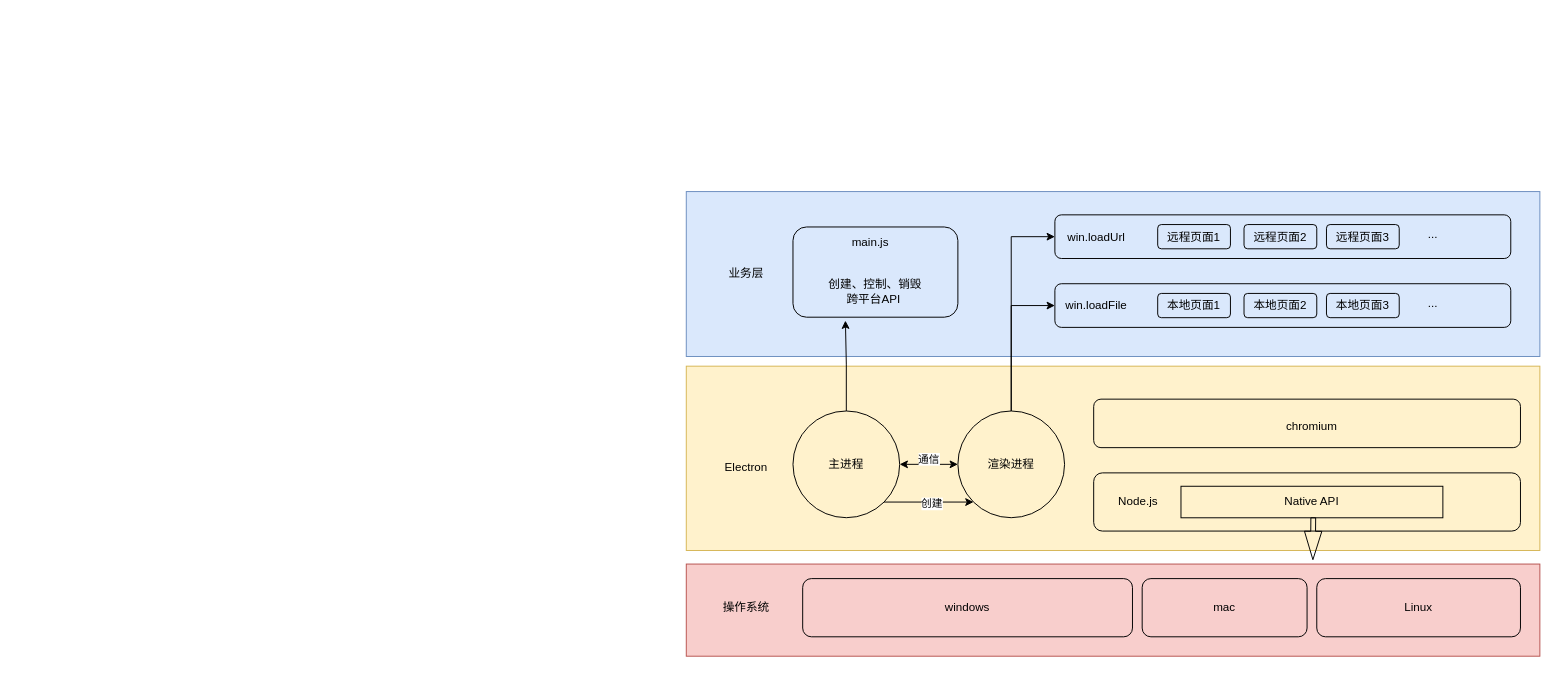
Before: 未命名绘图.drawio in git-zhanglei/flowCharts, a draw.io diagram. Source tidied: cells renumbered, new cells numbered last; positions are measured from the earlier drawing's top-left corner, leaving out a move shared by most shapes. Both pictures are drawn from the tidied source at 97%, with x=0, y=0 at pixel (686, 191).
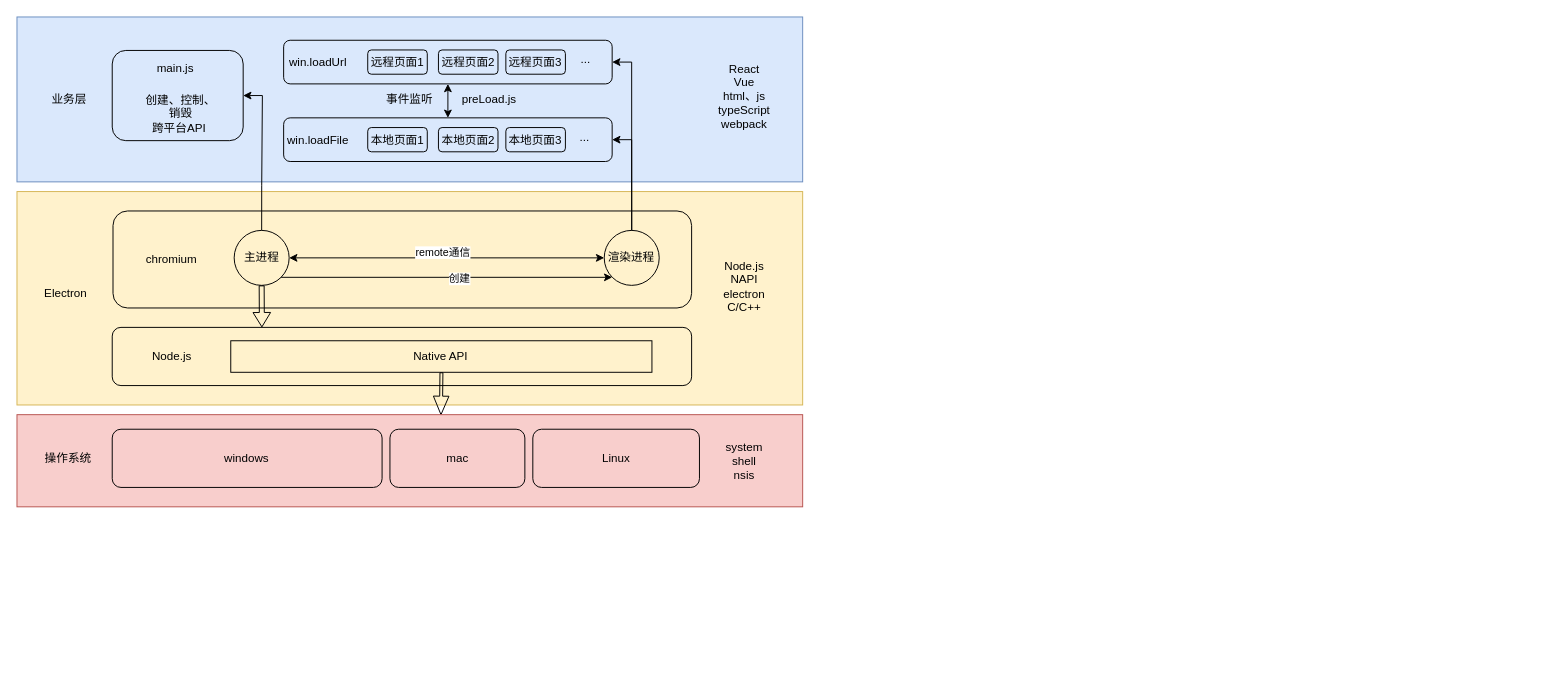
The same page after the edit.

Commit message:
更新未命名绘图.drawio

Change to the diagram source:
```diff
@@
+    <mxCell id="41" style="group;" parent="1" vertex="1">
+      <mxGeometry x="-690" y="-180" width="810" height="505" as="geometry" />
+    </mxCell>
-    <mxCell id="2" style="rounded=0;whiteSpace=wrap;html=1;fillColor=#dae8fc;strokeColor=#6c8ebf;" parent="1" vertex="1">
-      <mxGeometry width="880" height="170" as="geometry" />
+    <mxCell id="2" value="事件监听" style="rounded=0;whiteSpace=wrap;html=1;fillColor=#dae8fc;strokeColor=#6c8ebf;" parent="41" vertex="1">
+      <mxGeometry width="810" height="170" as="geometry" />
     </mxCell>
-    <mxCell id="3" style="rounded=0;whiteSpace=wrap;html=1;fillColor=#f8cecc;strokeColor=#b85450;" parent="1" vertex="1">
-      <mxGeometry y="384" width="880" height="95" as="geometry" />
-    </mxCell>
-    <mxCell id="4" style="rounded=0;whiteSpace=wrap;html=1;fillColor=#fff2cc;strokeColor=#d6b656;" parent="1" vertex="1">
-      <mxGeometry y="180" width="880" height="190" as="geometry" />
+    <mxCell id="4" style="rounded=0;whiteSpace=wrap;html=1;fillColor=#fff2cc;strokeColor=#d6b656;" parent="41" vertex="1">
+      <mxGeometry y="180" width="810" height="220" as="geometry" />
     </mxCell>
-    <mxCell id="5" style="rounded=1;whiteSpace=wrap;html=1;fillColor=none;" parent="1" vertex="1">
-      <mxGeometry x="420" y="214" width="440" height="50" as="geometry" />
+    <mxCell id="5" style="rounded=1;whiteSpace=wrap;html=1;fillColor=none;" parent="41" vertex="1">
+      <mxGeometry x="99" y="200" width="596.5" height="100" as="geometry" />
     </mxCell>
-    <mxCell id="6" value="chromium" style="text;html=1;strokeColor=none;fillColor=none;align=center;verticalAlign=middle;whiteSpace=wrap;rounded=0;" parent="1" vertex="1">
-      <mxGeometry x="625" y="232" width="40" height="20" as="geometry" />
+    <mxCell id="6" value="chromium" style="text;html=1;strokeColor=none;fillColor=none;align=center;verticalAlign=middle;whiteSpace=wrap;rounded=0;" parent="41" vertex="1">
+      <mxGeometry x="143.2" y="240" width="32.7" height="20" as="geometry" />
     </mxCell>
-    <mxCell id="7" style="rounded=1;whiteSpace=wrap;html=1;fillColor=none;" parent="1" vertex="1">
-      <mxGeometry x="420" y="290" width="440" height="60" as="geometry" />
-    </mxCell>
-    <mxCell id="8" value="Node.js" style="text;html=1;strokeColor=none;fillColor=none;align=center;verticalAlign=middle;whiteSpace=wrap;rounded=0;" parent="1" vertex="1">
-      <mxGeometry x="446" y="310" width="40" height="20" as="geometry" />
-    </mxCell>
-    <mxCell id="9" value="windows" style="rounded=1;whiteSpace=wrap;html=1;fillColor=none;" parent="1" vertex="1">
-      <mxGeometry x="120" y="399" width="340" height="60" as="geometry" />
-    </mxCell>
-    <mxCell id="10" value="mac" style="rounded=1;whiteSpace=wrap;html=1;fillColor=none;" parent="1" vertex="1">
-      <mxGeometry x="470" y="399" width="170" height="60" as="geometry" />
-    </mxCell>
-    <mxCell id="11" value="Linux" style="rounded=1;whiteSpace=wrap;html=1;fillColor=none;" parent="1" vertex="1">
-      <mxGeometry x="650" y="399" width="210" height="60" as="geometry" />
-    </mxCell>
-    <mxCell id="12" value="Native API" style="rounded=0;whiteSpace=wrap;html=1;fillColor=none;" parent="1" vertex="1">
-      <mxGeometry x="510" y="303.8" width="270" height="32.5" as="geometry" />
-    </mxCell>
-    <mxCell id="13" style="shape=flexArrow;endArrow=classic;html=1;width=4.930232558139535;endSize=9.431627906976745;endWidth=12;exitX=0.557;exitY=0.985;exitDx=0;exitDy=0;exitPerimeter=0;" parent="1" edge="1">
-      <mxGeometry relative="1" as="geometry">
-        <mxPoint x="646.4" y="335.8" as="sourcePoint" />
-        <mxPoint x="646" y="380" as="targetPoint" />
-      </mxGeometry>
-    </mxCell>
-    <mxCell id="14" value="Electron" style="text;html=1;strokeColor=none;fillColor=none;align=center;verticalAlign=middle;whiteSpace=wrap;rounded=0;" parent="1" vertex="1">
-      <mxGeometry x="42" y="275" width="40" height="20" as="geometry" />
+    <mxCell id="14" value="Electron" style="text;html=1;strokeColor=none;fillColor=none;align=center;verticalAlign=middle;whiteSpace=wrap;rounded=0;" parent="41" vertex="1">
+      <mxGeometry x="34.4" y="275" width="32.7" height="20" as="geometry" />
     </mxCell>
-    <mxCell id="15" value="操作系统" style="text;html=1;strokeColor=none;fillColor=none;align=center;verticalAlign=middle;whiteSpace=wrap;rounded=0;" parent="1" vertex="1">
-      <mxGeometry x="32" y="419" width="60" height="20" as="geometry" />
-    </mxCell>
-    <mxCell id="16" style="edgeStyle=orthogonalEdgeStyle;rounded=0;jettySize=auto;html=1;exitX=0.5;exitY=0;exitDx=0;exitDy=0;entryX=0.318;entryY=1.038;entryDx=0;entryDy=0;entryPerimeter=0;" parent="1" edge="1" source="17" target="37">
-      <mxGeometry relative="1" as="geometry" />
-    </mxCell>
-    <mxCell id="17" value="主进程" style="ellipse;whiteSpace=wrap;html=1;fillColor=none;" parent="1" vertex="1">
-      <mxGeometry x="110" y="226.2" width="110" height="110" as="geometry" />
-    </mxCell>
-    <mxCell id="18" style="edgeStyle=orthogonalEdgeStyle;rounded=0;jettySize=auto;html=1;exitX=0.5;exitY=0;exitDx=0;exitDy=0;entryX=0;entryY=0.5;entryDx=0;entryDy=0;" parent="1" edge="1" source="19" target="21">
-      <mxGeometry relative="1" as="geometry" />
-    </mxCell>
-    <mxCell id="19" value="渲染进程" style="ellipse;whiteSpace=wrap;html=1;fillColor=none;" parent="1" vertex="1">
-      <mxGeometry x="280" y="226.2" width="110" height="110" as="geometry" />
-    </mxCell>
-    <mxCell id="20" value="业务层" style="text;html=1;strokeColor=none;fillColor=none;align=center;verticalAlign=middle;whiteSpace=wrap;rounded=0;" parent="1" vertex="1">
-      <mxGeometry x="42" y="75" width="40" height="20" as="geometry" />
+    <mxCell id="20" value="业务层" style="text;html=1;strokeColor=none;fillColor=none;align=center;verticalAlign=middle;whiteSpace=wrap;rounded=0;" parent="41" vertex="1">
+      <mxGeometry x="31.4" y="75" width="45.6" height="20" as="geometry" />
     </mxCell>
-    <mxCell id="21" style="rounded=1;whiteSpace=wrap;html=1;fillColor=none;" parent="1" vertex="1">
-      <mxGeometry x="380" y="24" width="470" height="45" as="geometry" />
+    <mxCell id="21" style="rounded=1;whiteSpace=wrap;html=1;fillColor=none;" parent="41" vertex="1">
+      <mxGeometry x="274.9" y="24" width="338.7" height="45" as="geometry" />
     </mxCell>
-    <mxCell id="22" style="rounded=1;whiteSpace=wrap;html=1;fillColor=none;" parent="1" vertex="1">
-      <mxGeometry x="380" y="95" width="470" height="45" as="geometry" />
+    <mxCell id="22" style="rounded=1;whiteSpace=wrap;html=1;fillColor=none;" parent="41" vertex="1">
+      <mxGeometry x="274.9" y="104" width="338.7" height="45" as="geometry" />
     </mxCell>
-    <mxCell id="23" style="endArrow=classic;startArrow=classic;html=1;exitX=1;exitY=0.5;exitDx=0;exitDy=0;" parent="1" edge="1" source="17" target="19">
-      <mxGeometry relative="1" as="geometry" />
-    </mxCell>
-    <mxCell id="24" value="通信" style="edgeLabel;html=1;align=center;verticalAlign=middle;" parent="23" vertex="1">
-      <mxGeometry x="-0.03" y="4" relative="1" as="geometry">
-        <mxPoint y="-2" as="offset" />
-      </mxGeometry>
-    </mxCell>
-    <mxCell id="25" value="win.loadUrl" style="text;html=1;strokeColor=none;fillColor=none;align=center;verticalAlign=middle;whiteSpace=wrap;rounded=0;" parent="1" vertex="1">
-      <mxGeometry x="403" y="36.5" width="40" height="20" as="geometry" />
+    <mxCell id="25" value="win.loadUrl" style="text;html=1;strokeColor=none;fillColor=none;align=center;verticalAlign=middle;whiteSpace=wrap;rounded=0;" parent="41" vertex="1">
+      <mxGeometry x="293.7" y="36.5" width="32.7" height="20" as="geometry" />
     </mxCell>
-    <mxCell id="26" value="win.loadFile" style="text;html=1;strokeColor=none;fillColor=none;align=center;verticalAlign=middle;whiteSpace=wrap;rounded=0;" parent="1" vertex="1">
-      <mxGeometry x="403" y="107.5" width="40" height="20" as="geometry" />
+    <mxCell id="26" value="win.loadFile" style="text;html=1;strokeColor=none;fillColor=none;align=center;verticalAlign=middle;whiteSpace=wrap;rounded=0;" parent="41" vertex="1">
+      <mxGeometry x="293.7" y="116.5" width="32.7" height="20" as="geometry" />
     </mxCell>
-    <mxCell id="27" value="本地页面1" style="rounded=1;whiteSpace=wrap;html=1;fillColor=none;" parent="1" vertex="1">
-      <mxGeometry x="486" y="105" width="75" height="25" as="geometry" />
+    <mxCell id="27" value="本地页面1" style="rounded=1;whiteSpace=wrap;html=1;fillColor=none;" parent="41" vertex="1">
+      <mxGeometry x="361.6" y="114" width="61.4" height="25" as="geometry" />
     </mxCell>
-    <mxCell id="28" value="本地页面2" style="rounded=1;whiteSpace=wrap;html=1;fillColor=none;" parent="1" vertex="1">
-      <mxGeometry x="575" y="105" width="75" height="25" as="geometry" />
+    <mxCell id="28" value="本地页面2" style="rounded=1;whiteSpace=wrap;html=1;fillColor=none;" parent="41" vertex="1">
+      <mxGeometry x="434.5" y="114" width="61.4" height="25" as="geometry" />
     </mxCell>
-    <mxCell id="29" value="本地页面3" style="rounded=1;whiteSpace=wrap;html=1;fillColor=none;" parent="1" vertex="1">
-      <mxGeometry x="660" y="105" width="75" height="25" as="geometry" />
+    <mxCell id="29" value="本地页面3" style="rounded=1;whiteSpace=wrap;html=1;fillColor=none;" parent="41" vertex="1">
+      <mxGeometry x="504" y="114" width="61.4" height="25" as="geometry" />
     </mxCell>
-    <mxCell id="30" value="..." style="text;html=1;strokeColor=none;fillColor=none;align=center;verticalAlign=middle;whiteSpace=wrap;rounded=0;" parent="1" vertex="1">
-      <mxGeometry x="750" y="105" width="40" height="20" as="geometry" />
+    <mxCell id="30" value="..." style="text;html=1;strokeColor=none;fillColor=none;align=center;verticalAlign=middle;whiteSpace=wrap;rounded=0;" parent="41" vertex="1">
+      <mxGeometry x="568.6" y="114" width="32.7" height="20" as="geometry" />
     </mxCell>
-    <mxCell id="31" value="远程页面1" style="rounded=1;whiteSpace=wrap;html=1;fillColor=none;" parent="1" vertex="1">
-      <mxGeometry x="486" y="34" width="75" height="25" as="geometry" />
+    <mxCell id="31" value="远程页面1" style="rounded=1;whiteSpace=wrap;html=1;fillColor=none;" parent="41" vertex="1">
+      <mxGeometry x="361.6" y="34" width="61.4" height="25" as="geometry" />
     </mxCell>
-    <mxCell id="32" value="远程页面2" style="rounded=1;whiteSpace=wrap;html=1;fillColor=none;" parent="1" vertex="1">
-      <mxGeometry x="575" y="34" width="75" height="25" as="geometry" />
+    <mxCell id="32" value="远程页面2" style="rounded=1;whiteSpace=wrap;html=1;fillColor=none;" parent="41" vertex="1">
+      <mxGeometry x="434.5" y="34" width="61.4" height="25" as="geometry" />
     </mxCell>
-    <mxCell id="33" value="远程页面3" style="rounded=1;whiteSpace=wrap;html=1;fillColor=none;" parent="1" vertex="1">
-      <mxGeometry x="660" y="34" width="75" height="25" as="geometry" />
+    <mxCell id="33" value="远程页面3" style="rounded=1;whiteSpace=wrap;html=1;fillColor=none;" parent="41" vertex="1">
+      <mxGeometry x="504" y="34" width="61.4" height="25" as="geometry" />
     </mxCell>
-    <mxCell id="34" value="..." style="text;html=1;strokeColor=none;fillColor=none;align=center;verticalAlign=middle;whiteSpace=wrap;rounded=0;" parent="1" vertex="1">
-      <mxGeometry x="750" y="34" width="40" height="20" as="geometry" />
+    <mxCell id="34" value="..." style="text;html=1;strokeColor=none;fillColor=none;align=center;verticalAlign=middle;whiteSpace=wrap;rounded=0;" parent="41" vertex="1">
+      <mxGeometry x="569.5" y="34" width="32.7" height="20" as="geometry" />
     </mxCell>
-    <mxCell id="35" style="endArrow=classic;html=1;exitX=1;exitY=1;exitDx=0;exitDy=0;entryX=0;entryY=1;entryDx=0;entryDy=0;" parent="1" edge="1" source="17" target="19">
-      <mxGeometry relative="1" as="geometry" />
-    </mxCell>
-    <mxCell id="36" value="创建" style="edgeLabel;html=1;align=center;verticalAlign=middle;" parent="35" vertex="1">
-      <mxGeometry x="0.07" y="-1" relative="1" as="geometry" />
-    </mxCell>
-    <mxCell id="37" style="rounded=1;whiteSpace=wrap;html=1;fillColor=none;" parent="1" vertex="1">
-      <mxGeometry x="110" y="36.5" width="170" height="93" as="geometry" />
+    <mxCell id="37" style="rounded=1;whiteSpace=wrap;html=1;fillColor=none;" parent="41" vertex="1">
+      <mxGeometry x="98.2" y="34.5" width="135" height="93" as="geometry" />
     </mxCell>
-    <mxCell id="38" value="创建、控制、销毁&lt;br&gt;跨平台API&amp;nbsp;" style="text;html=1;strokeColor=none;fillColor=none;align=center;verticalAlign=middle;whiteSpace=wrap;rounded=0;" parent="1" vertex="1">
-      <mxGeometry x="145" y="95" width="100" height="15" as="geometry" />
+    <mxCell id="38" value="创建、控制、销毁&lt;br&gt;跨平台API&amp;nbsp;" style="text;html=1;strokeColor=none;fillColor=none;align=center;verticalAlign=middle;whiteSpace=wrap;rounded=0;" parent="41" vertex="1">
+      <mxGeometry x="127.6" y="92.5" width="81.8" height="15" as="geometry" />
     </mxCell>
-    <mxCell id="39" value="main.js" style="text;html=1;strokeColor=none;fillColor=none;align=center;verticalAlign=middle;whiteSpace=wrap;rounded=0;" parent="1" vertex="1">
-      <mxGeometry x="170" y="43" width="40" height="20" as="geometry" />
+    <mxCell id="39" value="main.js" style="text;html=1;strokeColor=none;fillColor=none;align=center;verticalAlign=middle;whiteSpace=wrap;rounded=0;" parent="41" vertex="1">
+      <mxGeometry x="147.3" y="43" width="32.7" height="20" as="geometry" />
     </mxCell>
+    <mxCell id="42" style="group;" parent="41" vertex="1">
+      <mxGeometry x="98.2" y="320" width="597.3" height="90" as="geometry" />
+    </mxCell>
+    <mxCell id="7" style="rounded=1;whiteSpace=wrap;html=1;fillColor=none;" parent="42" vertex="1">
+      <mxGeometry width="597.3" height="60" as="geometry" />
+    </mxCell>
+    <mxCell id="8" value="Node.js" style="text;html=1;strokeColor=none;fillColor=none;align=center;verticalAlign=middle;whiteSpace=wrap;rounded=0;" parent="42" vertex="1">
+      <mxGeometry x="35.3" y="20" width="54.3" height="20" as="geometry" />
+    </mxCell>
+    <mxCell id="12" value="Native API" style="rounded=0;whiteSpace=wrap;html=1;fillColor=none;" parent="42" vertex="1">
+      <mxGeometry x="122.2" y="13.8" width="434.2" height="32.5" as="geometry" />
+    </mxCell>
+    <mxCell id="13" style="shape=flexArrow;endArrow=classic;html=1;width=3.0232558139534884;endSize=6.023255813953488;endWidth=12;exitX=0.557;exitY=0.985;exitDx=0;exitDy=0;exitPerimeter=0;" parent="42" edge="1">
+      <mxGeometry relative="1" as="geometry">
+        <mxPoint x="339.4" y="46.3" as="sourcePoint" />
+        <mxPoint x="338.9" y="90.5" as="targetPoint" />
+      </mxGeometry>
+    </mxCell>
+    <mxCell id="43" style="group;" parent="41" vertex="1">
+      <mxGeometry y="410" width="810" height="95" as="geometry" />
+    </mxCell>
+    <mxCell id="3" style="rounded=0;whiteSpace=wrap;html=1;fillColor=#f8cecc;strokeColor=#b85450;" parent="43" vertex="1">
+      <mxGeometry width="810" height="95" as="geometry" />
+    </mxCell>
+    <mxCell id="9" value="windows" style="rounded=1;whiteSpace=wrap;html=1;fillColor=none;" parent="43" vertex="1">
+      <mxGeometry x="98.2" y="15" width="278.2" height="60" as="geometry" />
+    </mxCell>
+    <mxCell id="10" value="mac" style="rounded=1;whiteSpace=wrap;html=1;fillColor=none;" parent="43" vertex="1">
+      <mxGeometry x="384.5" y="15" width="139.1" height="60" as="geometry" />
+    </mxCell>
+    <mxCell id="11" value="Linux" style="rounded=1;whiteSpace=wrap;html=1;fillColor=none;" parent="43" vertex="1">
+      <mxGeometry x="531.8" y="15" width="171.8" height="60" as="geometry" />
+    </mxCell>
+    <mxCell id="15" value="操作系统" style="text;html=1;strokeColor=none;fillColor=none;align=center;verticalAlign=middle;whiteSpace=wrap;rounded=0;" parent="43" vertex="1">
+      <mxGeometry x="26.2" y="35" width="53.8" height="20" as="geometry" />
+    </mxCell>
+    <mxCell id="44" value="system&lt;br&gt;shell&lt;br&gt;nsis" style="text;html=1;strokeColor=none;fillColor=none;align=center;verticalAlign=middle;whiteSpace=wrap;rounded=0;" parent="43" vertex="1">
+      <mxGeometry x="710" y="9.5" width="80" height="76" as="geometry" />
+    </mxCell>
+    <mxCell id="45" style="group;" parent="41" vertex="1">
+      <mxGeometry x="220.9" y="220" width="466.4" height="86.2" as="geometry" />
+    </mxCell>
+    <mxCell id="19" value="渲染进程" style="ellipse;whiteSpace=wrap;html=1;fillColor=none;" parent="45" vertex="1">
+      <mxGeometry x="384.5" width="56.7" height="56.7" as="geometry" />
+    </mxCell>
+    <mxCell id="16" style="edgeStyle=orthogonalEdgeStyle;rounded=0;jettySize=auto;html=1;exitX=0.5;exitY=0;exitDx=0;exitDy=0;entryX=1;entryY=0.5;entryDx=0;entryDy=0;" parent="41" edge="1" source="17" target="37">
+      <mxGeometry relative="1" as="geometry">
+        <Array as="points">
+          <mxPoint x="252" y="174" />
+          <mxPoint x="253" y="174" />
+          <mxPoint x="253" y="81" />
+        </Array>
+      </mxGeometry>
+    </mxCell>
+    <mxCell id="46" style="shape=flexArrow;endArrow=classic;html=1;width=5.116279069767442;endSize=4.611627906976744;endWidth=12;exitX=0.5;exitY=1;exitDx=0;exitDy=0;" parent="41" edge="1" source="17">
+      <mxGeometry relative="1" as="geometry">
+        <mxPoint x="252.5" y="320" as="targetPoint" />
+      </mxGeometry>
+    </mxCell>
-    <mxCell id="40" style="edgeStyle=orthogonalEdgeStyle;rounded=0;jettySize=auto;html=1;exitX=0.5;exitY=0;exitDx=0;exitDy=0;entryX=0;entryY=0.5;entryDx=0;entryDy=0;" parent="1" edge="1" source="19" target="22">
+    <mxCell id="40" style="edgeStyle=orthogonalEdgeStyle;rounded=0;jettySize=auto;html=1;exitX=0.5;exitY=0;exitDx=0;exitDy=0;entryX=1;entryY=0.5;entryDx=0;entryDy=0;" parent="41" edge="1" source="19" target="22">
       <mxGeometry relative="1" as="geometry" />
     </mxCell>
+    <mxCell id="18" style="edgeStyle=orthogonalEdgeStyle;rounded=0;jettySize=auto;html=1;exitX=0.5;exitY=0;exitDx=0;exitDy=0;entryX=1;entryY=0.5;entryDx=0;entryDy=0;" parent="41" edge="1" source="19" target="21">
+      <mxGeometry relative="1" as="geometry" />
+    </mxCell>
+    <mxCell id="47" value="React&lt;br&gt;Vue&lt;br&gt;html、js&lt;br&gt;typeScript&lt;br&gt;webpack" style="text;html=1;strokeColor=none;fillColor=none;align=center;verticalAlign=middle;whiteSpace=wrap;rounded=0;" parent="41" vertex="1">
+      <mxGeometry x="710" y="34" width="80" height="96" as="geometry" />
+    </mxCell>
+    <mxCell id="48" value="Node.js&lt;br&gt;NAPI&lt;br&gt;electron&lt;br&gt;C/C++" style="text;html=1;strokeColor=none;fillColor=none;align=center;verticalAlign=middle;whiteSpace=wrap;rounded=0;" parent="41" vertex="1">
+      <mxGeometry x="710" y="240" width="80" height="76" as="geometry" />
+    </mxCell>
+    <mxCell id="17" value="主进程" style="ellipse;whiteSpace=wrap;html=1;fillColor=none;" parent="41" vertex="1">
+      <mxGeometry x="223.9" y="220" width="56.7" height="56.7" as="geometry" />
+    </mxCell>
+    <mxCell id="23" style="endArrow=classic;startArrow=classic;html=1;exitX=1;exitY=0.5;exitDx=0;exitDy=0;" parent="41" edge="1" source="17" target="19">
+      <mxGeometry relative="1" as="geometry" />
+    </mxCell>
+    <mxCell id="24" value="remote通信" style="edgeLabel;html=1;align=center;verticalAlign=middle;" parent="23" vertex="1">
+      <mxGeometry x="-0.03" y="4" relative="1" as="geometry">
+        <mxPoint y="-2" as="offset" />
+      </mxGeometry>
+    </mxCell>
+    <mxCell id="35" style="endArrow=classic;html=1;exitX=1;exitY=1;exitDx=0;exitDy=0;entryX=0;entryY=1;entryDx=0;entryDy=0;" parent="41" edge="1" source="17" target="19">
+      <mxGeometry relative="1" as="geometry" />
+    </mxCell>
+    <mxCell id="36" value="创建" style="edgeLabel;html=1;align=center;verticalAlign=middle;" parent="35" vertex="1">
+      <mxGeometry x="0.07" y="-1" relative="1" as="geometry" />
+    </mxCell>
+    <mxCell id="49" style="endArrow=classic;startArrow=classic;html=1;entryX=0.5;entryY=1;entryDx=0;entryDy=0;exitX=0.5;exitY=0;exitDx=0;exitDy=0;" parent="41" edge="1" source="22" target="21">
+      <mxGeometry relative="1" as="geometry" />
+    </mxCell>
+    <mxCell id="50" value="preLoad.js" style="text;html=1;strokeColor=none;fillColor=none;align=center;verticalAlign=middle;whiteSpace=wrap;rounded=0;" parent="41" vertex="1">
+      <mxGeometry x="467" y="75" width="40" height="20" as="geometry" />
+    </mxCell>
```
